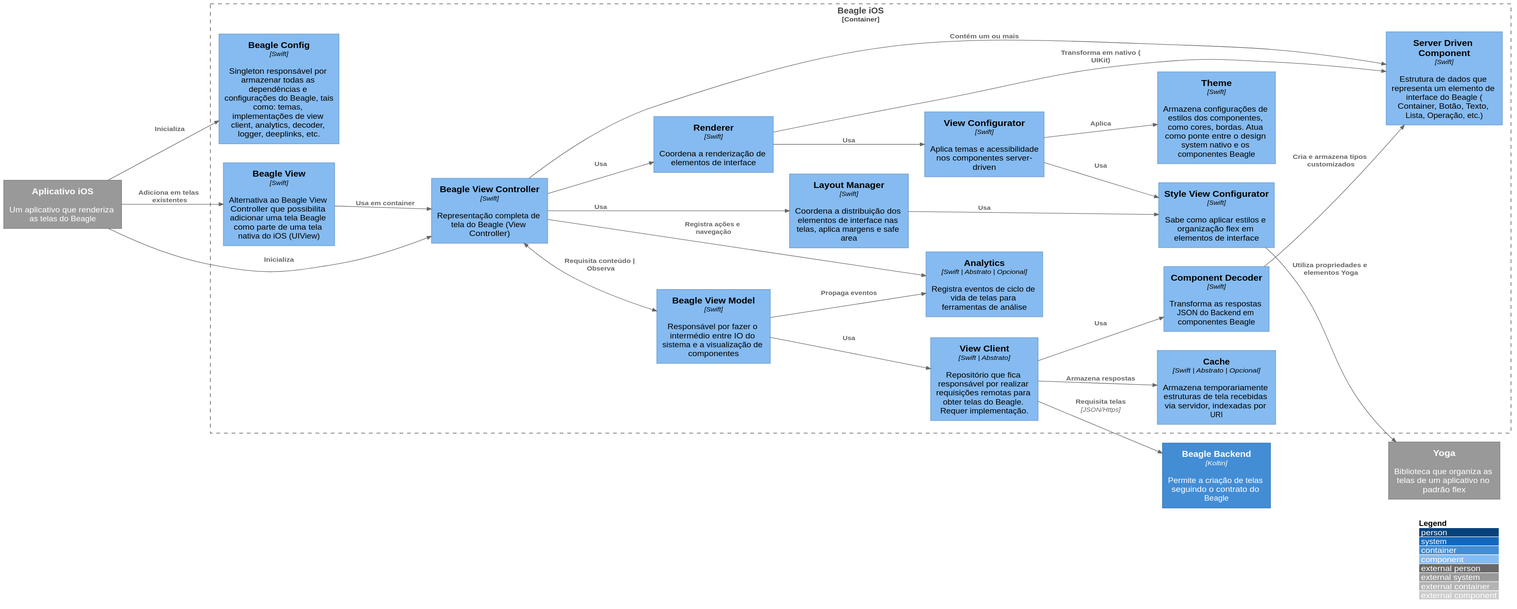
This is docs/C3 -  Component/Beagle iOS/c3.svg from ZupIT/beagle-c4model, a PlantUML export, as it was before one commit.
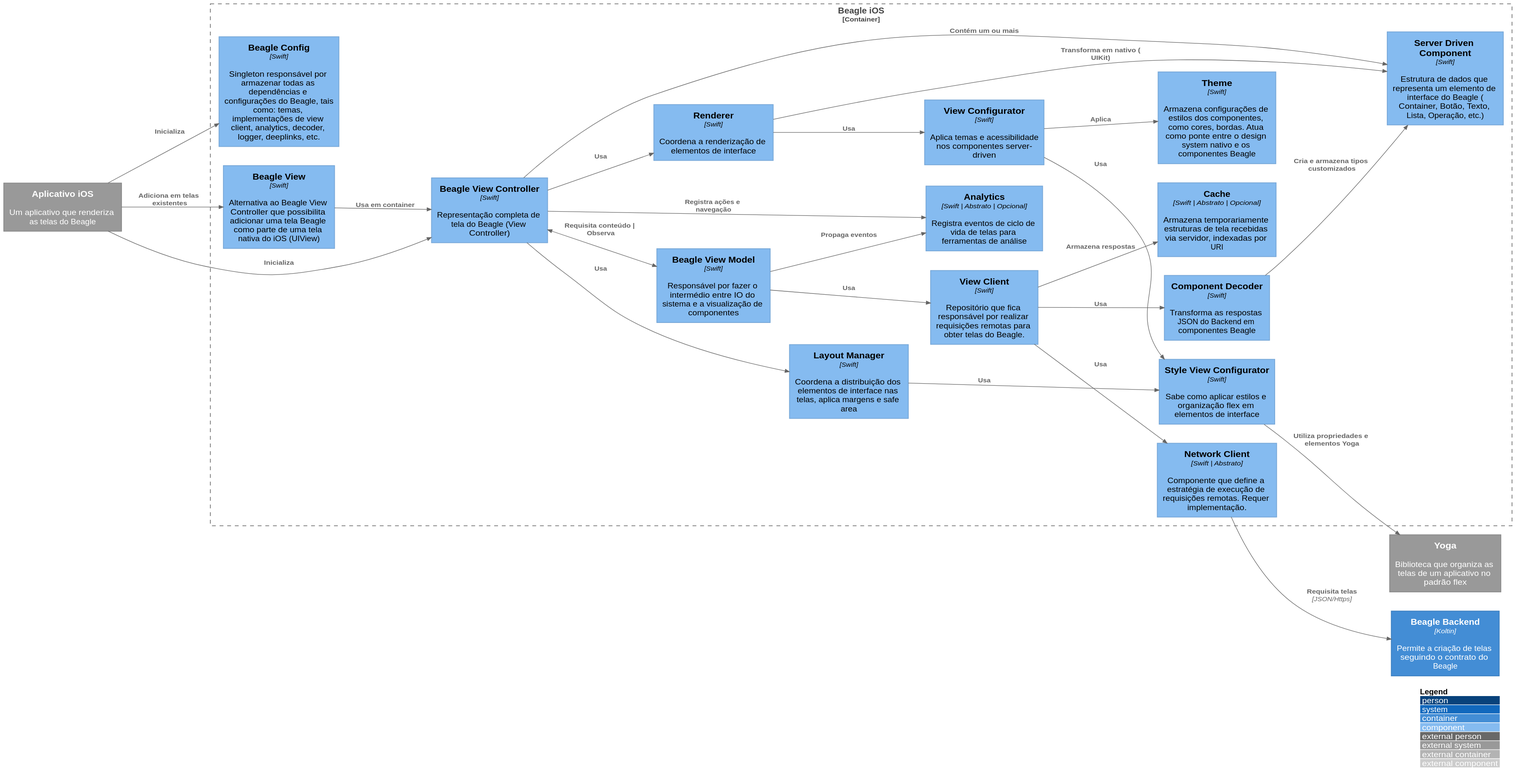
After the commit.

The edit, as a diff of the source:
```diff
@@ -12,11 +12,12 @@
   Component(beagle_view_controller, "Beagle View Controller", "Swift", "Representação completa de tela do Beagle (View Controller)")
   Component(beagle_view, "Beagle View", "Swift", "Alternativa ao Beagle View Controller que possibilita adicionar uma tela Beagle como parte de uma tela nativa do iOS (UIView)")
   Component(analytics, "Analytics", "Swift | Abstrato | Opcional", "Registra eventos de ciclo de vida de telas para ferramentas de análise")
-  Component(view_client, "View Client", "Swift | Abstrato", "Repositório que fica responsável por realizar requisições remotas para obter telas do Beagle. Requer implementação.")
+  Component(view_client, "View Client", "Swift", "Repositório que fica responsável por realizar requisições remotas para obter telas do Beagle.")
   Component(view_model, "Beagle View Model", "Swift", "Responsável por fazer o intermédio entre IO do sistema e a visualização de componentes")
   Component(component_decoder, "Component Decoder", "Swift", "Transforma as respostas JSON do Backend em componentes Beagle")
   Component(beagle_component, "Server Driven Component", "Swift", "Estrutura de dados que representa um elemento de interface do Beagle (Container, Botão, Texto, Lista, Operação, etc.)")
   Component(cache, "Cache", "Swift  | Abstrato | Opcional", "Armazena temporariamente estruturas de tela recebidas via servidor, indexadas por URI")
+  Component(network_client, "Network Client", "Swift | Abstrato", "Componente que define a estratégia de execução de requisições remotas. Requer implementação.")
   Component(renderer, "Renderer", "Swift", "Coordena a renderização de elementos de interface")
   Component(view_configurator, "View Configurator", "Swift", "Aplica temas e acessibilidade nos componentes server-driven")
   Component(beagle_theme, "Theme", "Swift", "Armazena configurações de estilos dos componentes, como cores, bordas. Atua como ponte entre o design system nativo e os componentes Beagle")
@@ -42,9 +43,11 @@
 
 Rel(style_view_configurator, yoga, "Utiliza propriedades e elementos Yoga")
 
-Rel(view_client, beagle_backend, "Requisita telas", "JSON/Https")
 Rel(view_client, component_decoder, "Usa")
 Rel(view_client, cache, "Armazena respostas")
+Rel(view_client, network_client, "Usa")
+
+Rel(network_client, beagle_backend, "Requisita telas", "JSON/Https")
 
 Rel(renderer, beagle_component, "Transforma em nativo (UIKit)")
 Rel(renderer, view_configurator, "Usa")
```
